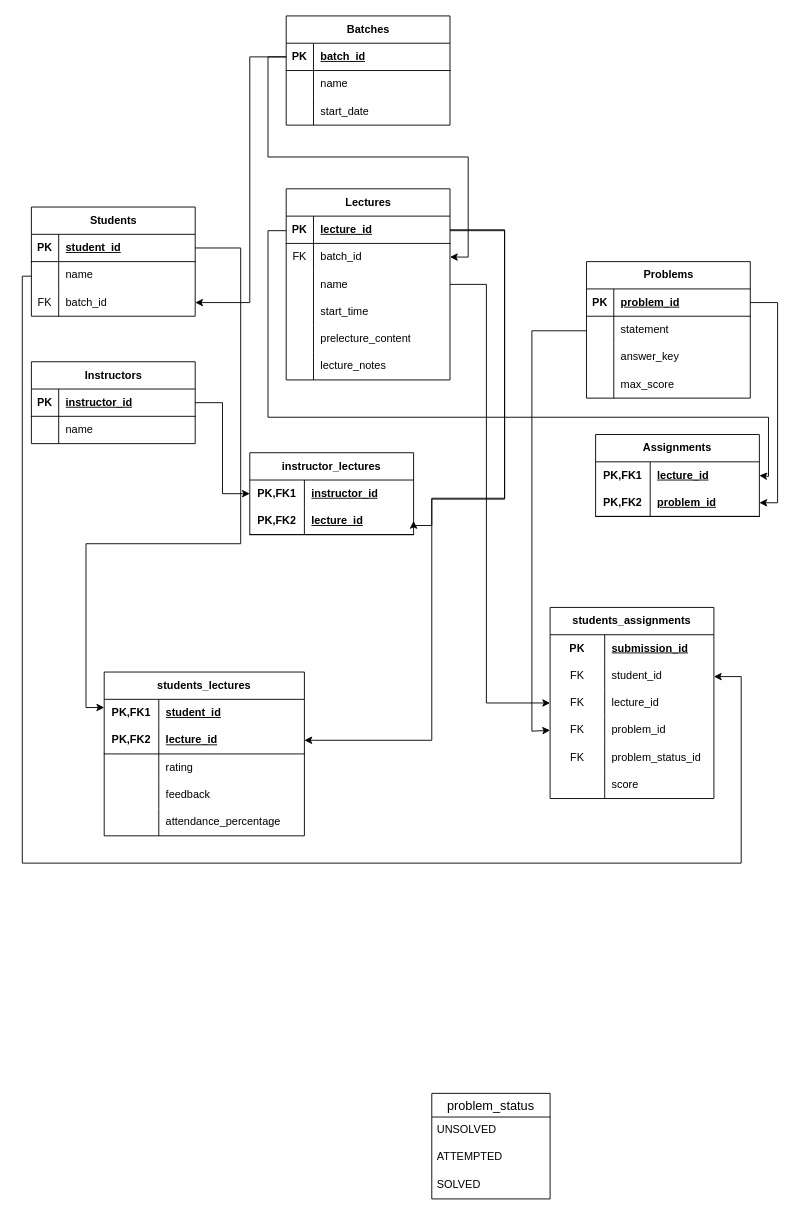
Above: Untitled Diagram.drawio in 14vimal2/edbie (draw.io), before the change. Source tidied: cells renumbered, new cells numbered last; positions are measured from the earlier drawing's top-left corner, leaving out a move shared by most shapes. Both pictures are drawn from the tidied source at 91%, with x=0, y=0 at pixel (22, 15).
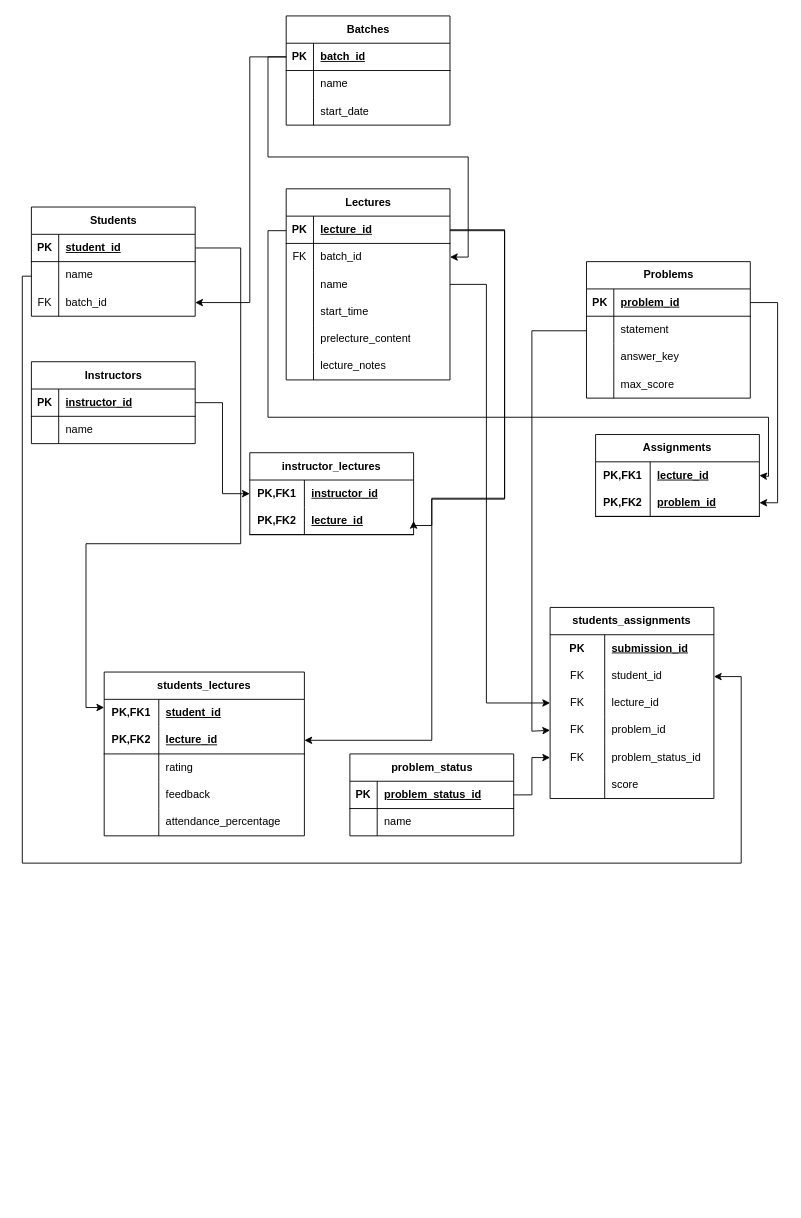
The same diagram, later.

The change refers to these unchanged cells:
```xml
<mxCell id="114" style="shape=tableRow;horizontal=0;startSize=0;swimlaneHead=0;swimlaneBody=0;fillColor=none;points=[[0,0.5],[1,0.5]];portConstraint=eastwest;top=0;left=0;right=0;bottom=0;html=1;" parent="101" vertex="1">
  <mxGeometry y="150" width="180" height="30" as="geometry" />
</mxCell>
```

Diff of the diagram source:
```diff
@@
-    <mxCell id="121" value="problem_status" style="swimlane;fontStyle=0;horizontal=1;startSize=26;align=center;fontSize=14;" parent="1" vertex="1">
-      <mxGeometry x="450" y="1184" width="130" height="116" as="geometry" />
+    <mxCell id="121" value="problem_status" style="shape=table;startSize=30;childLayout=tableLayout;rowLines=0;fontStyle=1;align=center;html=1;" parent="1" vertex="1">
+      <mxGeometry x="360" y="811" width="180" height="90" as="geometry" />
     </mxCell>
-    <mxCell id="122" value="UNSOLVED" style="text;strokeColor=none;fillColor=none;spacingLeft=4;spacingRight=4;overflow=hidden;fontSize=12;whiteSpace=wrap;html=1;" parent="121" vertex="1">
-      <mxGeometry y="26" width="130" height="30" as="geometry" />
-    </mxCell>
-    <mxCell id="123" value="ATTEMPTED" style="text;strokeColor=none;fillColor=none;spacingLeft=4;spacingRight=4;overflow=hidden;fontSize=12;whiteSpace=wrap;html=1;" parent="121" vertex="1">
-      <mxGeometry y="56" width="130" height="30" as="geometry" />
-    </mxCell>
-    <mxCell id="124" value="SOLVED" style="text;strokeColor=none;fillColor=none;spacingLeft=4;spacingRight=4;overflow=hidden;fontSize=12;whiteSpace=wrap;html=1;" parent="121" vertex="1">
-      <mxGeometry y="86" width="130" height="30" as="geometry" />
-    </mxCell>
+    <mxCell id="125" style="shape=tableRow;horizontal=0;startSize=0;swimlaneHead=0;swimlaneBody=0;fillColor=none;points=[[0,0.5],[1,0.5]];portConstraint=eastwest;top=0;left=0;right=0;bottom=1;" parent="121" vertex="1">
+      <mxGeometry y="30" width="180" height="30" as="geometry" />
+    </mxCell>
+    <mxCell id="126" value="PK" style="shape=partialRectangle;fillColor=none;top=0;left=0;bottom=0;right=0;fontStyle=1;overflow=hidden;whiteSpace=wrap;html=1;" parent="125" vertex="1">
+      <mxGeometry width="30" height="30" as="geometry" />
+    </mxCell>
+    <mxCell id="127" value="problem_status_id" style="shape=partialRectangle;fillColor=none;top=0;left=0;bottom=0;right=0;align=left;spacingLeft=6;fontStyle=5;overflow=hidden;whiteSpace=wrap;html=1;" parent="125" vertex="1">
+      <mxGeometry x="30" width="150" height="30" as="geometry" />
+    </mxCell>
+    <mxCell id="128" style="shape=tableRow;horizontal=0;startSize=0;swimlaneHead=0;swimlaneBody=0;fillColor=none;top=0;left=0;right=0;bottom=0;" parent="121" vertex="1">
+      <mxGeometry y="60" width="180" height="30" as="geometry" />
+    </mxCell>
+    <mxCell id="129" style="shape=partialRectangle;fillColor=none;top=0;left=0;bottom=0;right=0;overflow=hidden;whiteSpace=wrap;html=1;" parent="128" vertex="1">
+      <mxGeometry width="30" height="30" as="geometry" />
+    </mxCell>
+    <mxCell id="130" value="name" style="shape=partialRectangle;fillColor=none;top=0;left=0;bottom=0;right=0;align=left;spacingLeft=6;overflow=hidden;whiteSpace=wrap;html=1;" parent="128" vertex="1">
+      <mxGeometry x="30" width="150" height="30" as="geometry" />
+    </mxCell>
+    <mxCell id="131" style="edgeStyle=orthogonalEdgeStyle;rounded=0;jettySize=auto;html=1;" parent="1" edge="1" source="125" target="114">
+      <mxGeometry relative="1" as="geometry" />
+    </mxCell>
```
